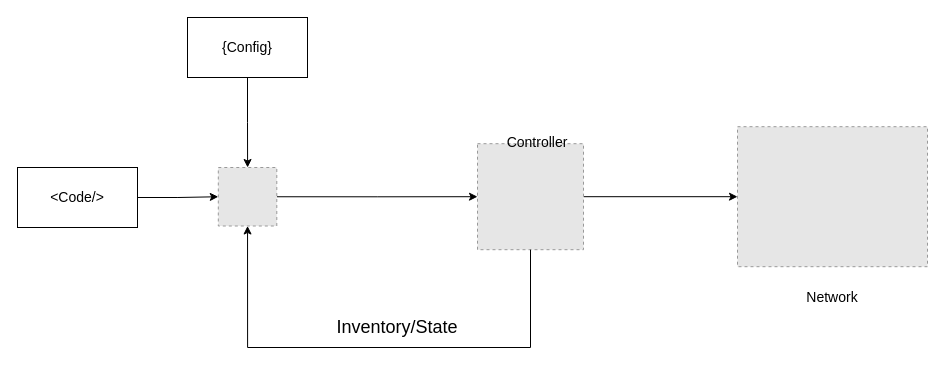
Before: page "Page-1" (1 of 2) of mac.drawio in cisco-dcloud-demo/campus-automation-demo, a draw.io diagram. Source tidied: cells renumbered, new cells numbered last; positions are measured from the earlier drawing's top-left corner, leaving out a move shared by most shapes. Both pictures are drawn from the tidied source at 100%, with x=0, y=0 at pixel (17, 17). Pictures stored in the file or linked from it are replaced by grey dashed boxes.
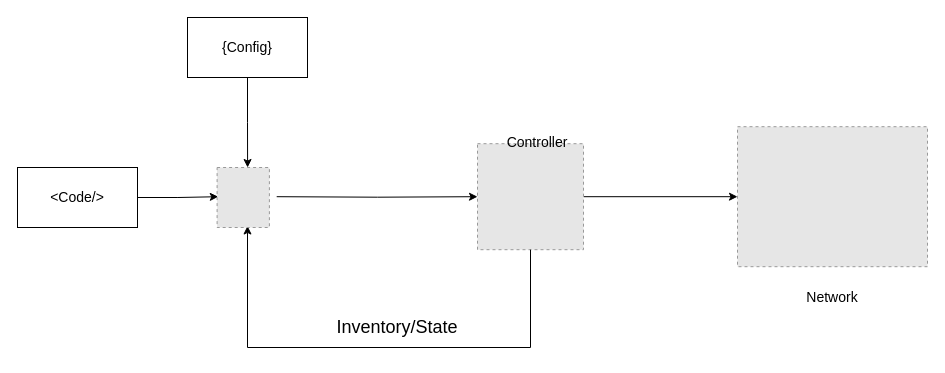
Above is the later version.

What changed in the source:
```diff
@@
 <mxGraphModel>
   <root>
     <mxCell id="0" />
     <mxCell id="1" parent="0" />
-    <mxCell id="2" style="edgeStyle=orthogonalEdgeStyle;rounded=0;jettySize=auto;html=1;" parent="1" edge="1" source="3" target="7">
-      <mxGeometry relative="1" as="geometry" />
+    <mxCell id="2" style="edgeStyle=orthogonalEdgeStyle;rounded=0;jettySize=auto;html=1;" parent="1" edge="1" source="3">
+      <mxGeometry relative="1" as="geometry">
+        <mxPoint x="230.1" y="150" as="targetPoint" />
+      </mxGeometry>
     </mxCell>
     <mxCell id="3" value="&lt;font style=&quot;font-size: 14px;&quot;&gt;{Config}&lt;/font&gt;" style="rounded=0;whiteSpace=wrap;html=1;" parent="1" vertex="1">
       <mxGeometry x="170" width="120" height="60" as="geometry" />
     </mxCell>
-    <mxCell id="4" style="edgeStyle=orthogonalEdgeStyle;rounded=0;jettySize=auto;html=1;entryX=0;entryY=0.5;entryDx=0;entryDy=0;" parent="1" edge="1" source="5" target="7">
-      <mxGeometry relative="1" as="geometry" />
+    <mxCell id="4" style="edgeStyle=orthogonalEdgeStyle;rounded=0;jettySize=auto;html=1;entryX=0;entryY=0.5;entryDx=0;entryDy=0;" parent="1" edge="1" source="5">
+      <mxGeometry relative="1" as="geometry">
+        <mxPoint x="200.8" y="179.2" as="targetPoint" />
+      </mxGeometry>
     </mxCell>
     <mxCell id="5" value="&lt;font style=&quot;font-size: 14px;&quot;&gt;&amp;lt;Code/&amp;gt;&lt;/font&gt;" style="rounded=0;whiteSpace=wrap;html=1;" parent="1" vertex="1">
       <mxGeometry y="150" width="120" height="60" as="geometry" />
     </mxCell>
-    <mxCell id="6" style="edgeStyle=orthogonalEdgeStyle;rounded=0;jettySize=auto;html=1;exitX=1;exitY=0.5;exitDx=0;exitDy=0;" parent="1" edge="1" source="7" target="10">
-      <mxGeometry relative="1" as="geometry" />
+    <mxCell id="6" style="edgeStyle=orthogonalEdgeStyle;rounded=0;jettySize=auto;html=1;exitX=1;exitY=0.5;exitDx=0;exitDy=0;" parent="1" edge="1" target="10">
+      <mxGeometry relative="1" as="geometry">
+        <mxPoint x="259.2" y="179.2" as="sourcePoint" />
+      </mxGeometry>
     </mxCell>
-    <mxCell id="7" style="fillColor=#E6E6E6;strokeColor=#999999;dashed=1;verticalLabelPosition=bottom;labelBackgroundColor=default;verticalAlign=top;" parent="1" vertex="1">
-      <mxGeometry x="200.8" y="150" width="58.5" height="58.5" as="geometry" />
-    </mxCell>
     <mxCell id="8" style="fillColor=#E6E6E6;strokeColor=#999999;dashed=1;verticalLabelPosition=bottom;labelBackgroundColor=default;verticalAlign=top;" parent="1" vertex="1">
       <mxGeometry x="720" y="109.2" width="190" height="140" as="geometry" />
     </mxCell>
     <mxCell id="9" style="edgeStyle=orthogonalEdgeStyle;rounded=0;jettySize=auto;html=1;exitX=1;exitY=0.5;exitDx=0;exitDy=0;entryX=0;entryY=0.5;entryDx=0;entryDy=0;" parent="1" edge="1" source="10" target="8">
       <mxGeometry relative="1" as="geometry" />
     </mxCell>
     <mxCell id="10" style="fillColor=#E6E6E6;strokeColor=#999999;dashed=1;verticalLabelPosition=bottom;labelBackgroundColor=default;verticalAlign=top;" parent="1" vertex="1">
       <mxGeometry x="460" y="126.2" width="106" height="106" as="geometry" />
     </mxCell>
-    <mxCell id="11" style="edgeStyle=orthogonalEdgeStyle;rounded=0;jettySize=auto;html=1;exitX=0.5;exitY=1;exitDx=0;exitDy=0;entryX=0.5;entryY=1;entryDx=0;entryDy=0;" parent="1" edge="1" source="10" target="7">
+    <mxCell id="11" style="edgeStyle=orthogonalEdgeStyle;rounded=0;jettySize=auto;html=1;exitX=0.5;exitY=1;exitDx=0;exitDy=0;entryX=0.5;entryY=1;entryDx=0;entryDy=0;" parent="1" edge="1" source="10">
       <mxGeometry relative="1" as="geometry">
+        <mxPoint x="230" y="208.5" as="targetPoint" />
         <Array as="points">
           <mxPoint x="513" y="330" />
           <mxPoint x="230" y="330" />
         </Array>
       </mxGeometry>
     </mxCell>
     <mxCell id="12" value="&lt;font style=&quot;font-size: 18px;&quot;&gt;Inventory/State&lt;/font&gt;" style="text;html=1;strokeColor=none;fillColor=none;align=center;verticalAlign=middle;whiteSpace=wrap;rounded=0;" parent="1" vertex="1">
       <mxGeometry x="350" y="295" width="60" height="30" as="geometry" />
     </mxCell>
     <mxCell id="13" value="&lt;font style=&quot;font-size: 14px;&quot;&gt;Controller&lt;/font&gt;" style="text;html=1;strokeColor=none;fillColor=none;align=center;verticalAlign=middle;whiteSpace=wrap;rounded=0;" parent="1" vertex="1">
       <mxGeometry x="490" y="110" width="60" height="30" as="geometry" />
     </mxCell>
     <mxCell id="14" value="&lt;font style=&quot;font-size: 14px;&quot;&gt;Network&lt;/font&gt;" style="text;html=1;strokeColor=none;fillColor=none;align=center;verticalAlign=middle;whiteSpace=wrap;rounded=0;" parent="1" vertex="1">
       <mxGeometry x="785" y="265" width="60" height="30" as="geometry" />
     </mxCell>
+    <mxCell id="15" style="fillColor=#E6E6E6;strokeColor=#999999;dashed=1;" parent="1" vertex="1">
+      <mxGeometry x="199.6" y="150" width="52.3" height="60" as="geometry" />
+    </mxCell>
   </root>
 </mxGraphModel>
```
